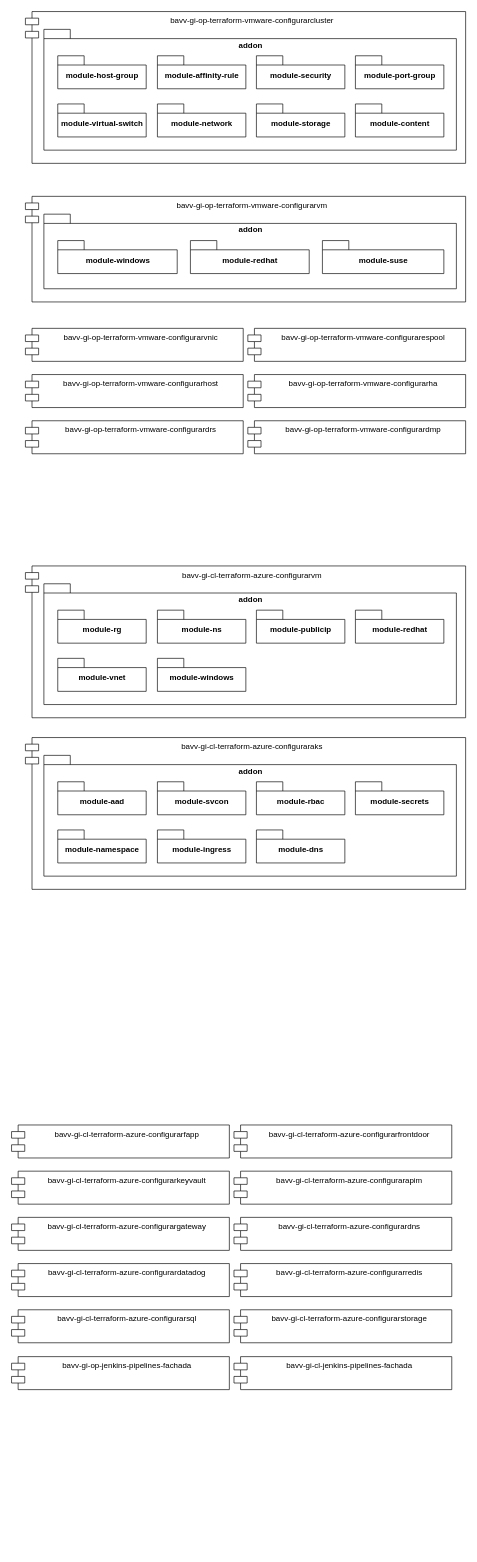
Above: images/implementacion-iac.drawio in fjroldan/diagrams (draw.io), before the change. Source tidied: cells renumbered, new cells numbered last; positions are measured from the earlier drawing's top-left corner, leaving out a move shared by most shapes. Both pictures are drawn from the tidied source at 66%, with x=0, y=0 at pixel (11, 11).
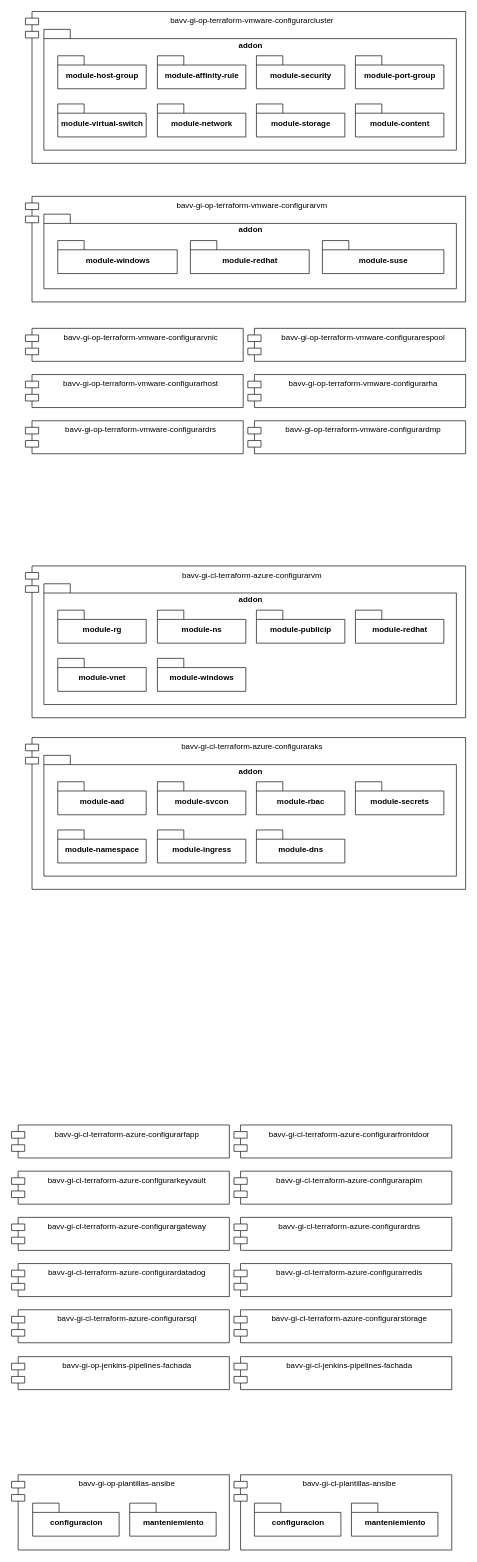
The same diagram, later.

Change to the diagram source:
```diff
@@
+    <mxCell id="52" value="bavv-gi-op-plantillas-ansibe" style="shape=module;align=left;spacingLeft=20;align=center;verticalAlign=top;" parent="1" vertex="1">
+      <mxGeometry y="2217" width="330" height="114" as="geometry" />
+    </mxCell>
+    <mxCell id="53" value="bavv-gi-cl-plantillas-ansibe" style="shape=module;align=left;spacingLeft=20;align=center;verticalAlign=top;" parent="1" vertex="1">
+      <mxGeometry x="337" y="2217" width="330" height="114" as="geometry" />
+    </mxCell>
+    <mxCell id="54" value="configuracion" style="shape=folder;fontStyle=1;spacingTop=10;tabWidth=40;tabHeight=14;tabPosition=left;html=1;" parent="1" vertex="1">
+      <mxGeometry x="32" y="2260" width="131" height="50" as="geometry" />
+    </mxCell>
+    <mxCell id="55" value="manteniemiento" style="shape=folder;fontStyle=1;spacingTop=10;tabWidth=40;tabHeight=14;tabPosition=left;html=1;" parent="1" vertex="1">
+      <mxGeometry x="179" y="2260" width="131" height="50" as="geometry" />
+    </mxCell>
+    <mxCell id="56" value="configuracion" style="shape=folder;fontStyle=1;spacingTop=10;tabWidth=40;tabHeight=14;tabPosition=left;html=1;" parent="1" vertex="1">
+      <mxGeometry x="368" y="2260" width="131" height="50" as="geometry" />
+    </mxCell>
+    <mxCell id="57" value="manteniemiento" style="shape=folder;fontStyle=1;spacingTop=10;tabWidth=40;tabHeight=14;tabPosition=left;html=1;" parent="1" vertex="1">
+      <mxGeometry x="515" y="2260" width="131" height="50" as="geometry" />
+    </mxCell>
```
